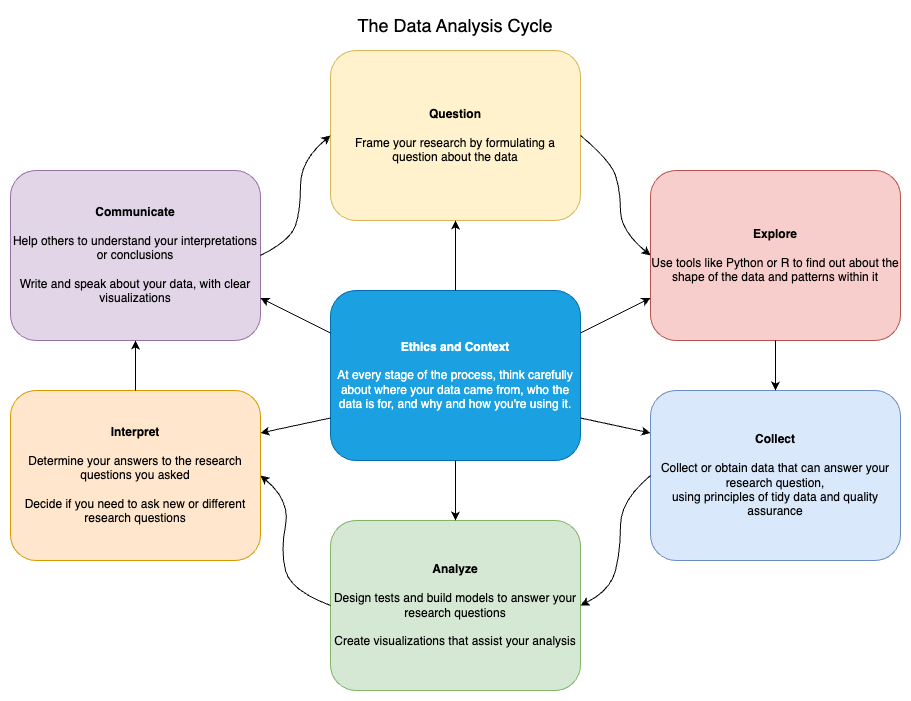
jrladd/CIS241 keeps this draw.io diagram as slides/img/data-analysis-cycle.png. Above is the earlier version. Source tidied: cells renumbered, new cells last; positions are measured from the earlier drawing's top-left corner, leaving out a move shared by most shapes.
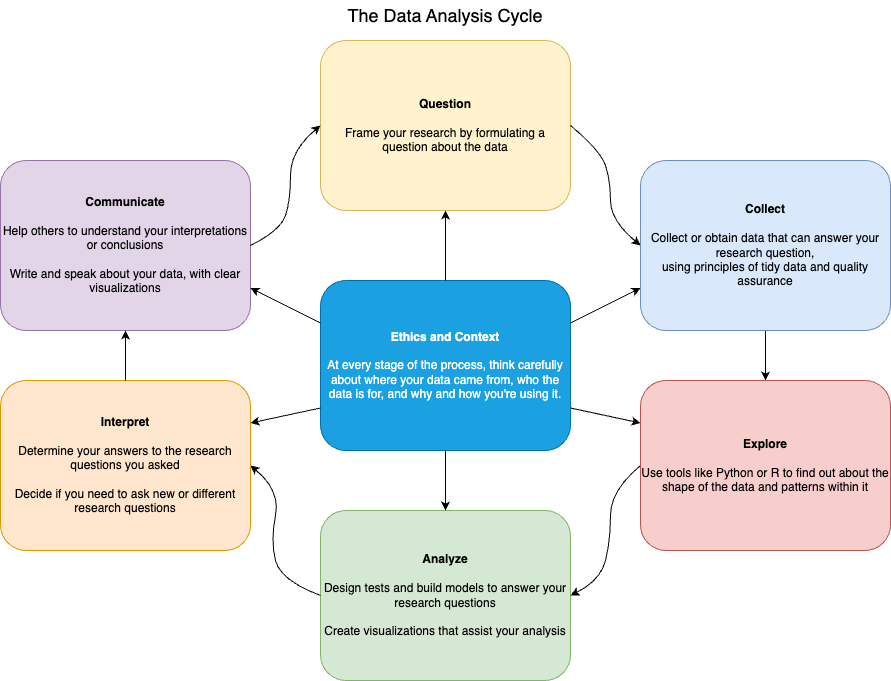
The same file after the commit.

Commit message:
correct DA cycle

The edit, as a diff of the source:
```diff
@@ -5,12 +5,6 @@
     <mxCell id="2" value="&lt;b&gt;Question&lt;br&gt;&lt;br&gt;&lt;/b&gt;Frame your research by formulating a question about the data" style="rounded=1;whiteSpace=wrap;html=1;fillColor=#fff2cc;strokeColor=#d6b656;" parent="1" vertex="1">
       <mxGeometry x="320" y="40" width="250" height="170" as="geometry" />
     </mxCell>
-    <mxCell id="3" value="&lt;b&gt;Collect&lt;br&gt;&lt;br&gt;&lt;/b&gt;Collect or obtain data that can answer your research question, &lt;br&gt;using principles of tidy data and quality assurance" style="rounded=1;whiteSpace=wrap;html=1;fillColor=#dae8fc;strokeColor=#6c8ebf;" parent="1" vertex="1">
-      <mxGeometry x="640" y="380" width="250" height="170" as="geometry" />
-    </mxCell>
-    <mxCell id="4" value="&lt;b&gt;Explore&lt;/b&gt;&lt;div&gt;&lt;b&gt;&lt;br&gt;&lt;/b&gt;&lt;/div&gt;&lt;div&gt;Use tools like Python or R to find out about the shape of the data and patterns within it&lt;/div&gt;" style="rounded=1;whiteSpace=wrap;html=1;fillColor=#f8cecc;strokeColor=#b85450;" parent="1" vertex="1">
-      <mxGeometry x="640" y="160" width="250" height="170" as="geometry" />
-    </mxCell>
     <mxCell id="5" value="&lt;b&gt;Analyze&lt;/b&gt;&lt;div&gt;&lt;b&gt;&lt;br&gt;&lt;/b&gt;&lt;/div&gt;&lt;div&gt;Design tests and build models to answer your research questions&lt;/div&gt;&lt;div&gt;&lt;br&gt;&lt;/div&gt;&lt;div&gt;Create visualizations that assist your analysis&lt;/div&gt;" style="rounded=1;whiteSpace=wrap;html=1;fillColor=#d5e8d4;strokeColor=#82b366;" parent="1" vertex="1">
       <mxGeometry x="320" y="510" width="250" height="170" as="geometry" />
     </mxCell>
@@ -23,7 +17,7 @@
     <mxCell id="8" value="&lt;b&gt;Ethics and Context&lt;/b&gt;&lt;div&gt;&lt;b&gt;&lt;br&gt;&lt;/b&gt;&lt;/div&gt;&lt;div&gt;At every stage of the process, think carefully about where your data came from, who the data is for, and why and how you're using it.&lt;/div&gt;" style="rounded=1;whiteSpace=wrap;html=1;fillColor=#1ba1e2;strokeColor=#006EAF;fontColor=#ffffff;" parent="1" vertex="1">
       <mxGeometry x="320" y="280" width="250" height="170" as="geometry" />
     </mxCell>
-    <mxCell id="9" style="endArrow=classic;html=1;rounded=0;exitX=1;exitY=0.5;exitDx=0;exitDy=0;entryX=0;entryY=0.5;entryDx=0;entryDy=0;curved=1;" parent="1" edge="1" source="2" target="4">
+    <mxCell id="9" style="endArrow=classic;html=1;rounded=0;exitX=1;exitY=0.5;exitDx=0;exitDy=0;entryX=0;entryY=0.5;entryDx=0;entryDy=0;curved=1;" parent="1" edge="1" source="2" target="3">
       <mxGeometry relative="1" as="geometry">
         <Array as="points">
           <mxPoint x="600" y="150" />
@@ -32,10 +26,10 @@
         </Array>
       </mxGeometry>
     </mxCell>
-    <mxCell id="10" style="endArrow=classic;html=1;rounded=0;exitX=0.5;exitY=1;exitDx=0;exitDy=0;entryX=0.5;entryY=0;entryDx=0;entryDy=0;" parent="1" edge="1" source="4" target="3">
+    <mxCell id="10" style="endArrow=classic;html=1;rounded=0;exitX=0.5;exitY=1;exitDx=0;exitDy=0;entryX=0.5;entryY=0;entryDx=0;entryDy=0;" parent="1" edge="1" source="3" target="4">
       <mxGeometry relative="1" as="geometry" />
     </mxCell>
-    <mxCell id="11" style="endArrow=classic;html=1;rounded=0;exitX=0;exitY=0.5;exitDx=0;exitDy=0;entryX=1;entryY=0.5;entryDx=0;entryDy=0;curved=1;" parent="1" edge="1" source="3" target="5">
+    <mxCell id="11" style="endArrow=classic;html=1;rounded=0;exitX=0;exitY=0.5;exitDx=0;exitDy=0;entryX=1;entryY=0.5;entryDx=0;entryDy=0;curved=1;" parent="1" edge="1" source="4" target="5">
       <mxGeometry relative="1" as="geometry">
         <Array as="points">
           <mxPoint x="610" y="490" />
@@ -68,10 +62,10 @@
     <mxCell id="15" style="endArrow=classic;html=1;rounded=0;entryX=0.5;entryY=1;entryDx=0;entryDy=0;exitX=0.5;exitY=0;exitDx=0;exitDy=0;" parent="1" edge="1" source="8" target="2">
       <mxGeometry relative="1" as="geometry" />
     </mxCell>
-    <mxCell id="16" style="endArrow=classic;html=1;rounded=0;exitX=1;exitY=0.25;exitDx=0;exitDy=0;entryX=0;entryY=0.75;entryDx=0;entryDy=0;" parent="1" edge="1" source="8" target="4">
+    <mxCell id="16" style="endArrow=classic;html=1;rounded=0;exitX=1;exitY=0.25;exitDx=0;exitDy=0;entryX=0;entryY=0.75;entryDx=0;entryDy=0;" parent="1" edge="1" source="8" target="3">
       <mxGeometry relative="1" as="geometry" />
     </mxCell>
-    <mxCell id="17" style="endArrow=classic;html=1;rounded=0;exitX=1;exitY=0.75;exitDx=0;exitDy=0;entryX=0;entryY=0.25;entryDx=0;entryDy=0;" parent="1" edge="1" source="8" target="3">
+    <mxCell id="17" style="endArrow=classic;html=1;rounded=0;exitX=1;exitY=0.75;exitDx=0;exitDy=0;entryX=0;entryY=0.25;entryDx=0;entryDy=0;" parent="1" edge="1" source="8" target="4">
       <mxGeometry relative="1" as="geometry" />
     </mxCell>
     <mxCell id="18" style="endArrow=classic;html=1;rounded=0;exitX=0.5;exitY=1;exitDx=0;exitDy=0;entryX=0.5;entryY=0;entryDx=0;entryDy=0;" parent="1" edge="1" source="8" target="5">
@@ -86,5 +80,11 @@
     <mxCell id="21" value="The Data Analysis Cycle" style="text;html=1;align=center;verticalAlign=middle;whiteSpace=wrap;rounded=0;fontSize=18;" parent="1" vertex="1">
       <mxGeometry x="300" width="290" height="30" as="geometry" />
     </mxCell>
+    <mxCell id="3" value="&lt;b&gt;Collect&lt;br&gt;&lt;br&gt;&lt;/b&gt;Collect or obtain data that can answer your research question, &lt;br&gt;using principles of tidy data and quality assurance" style="rounded=1;whiteSpace=wrap;html=1;fillColor=#dae8fc;strokeColor=#6c8ebf;" parent="1" vertex="1">
+      <mxGeometry x="640" y="160" width="250" height="170" as="geometry" />
+    </mxCell>
+    <mxCell id="4" value="&lt;b&gt;Explore&lt;/b&gt;&lt;div&gt;&lt;b&gt;&lt;br&gt;&lt;/b&gt;&lt;/div&gt;&lt;div&gt;Use tools like Python or R to find out about the shape of the data and patterns within it&lt;/div&gt;" style="rounded=1;whiteSpace=wrap;html=1;fillColor=#f8cecc;strokeColor=#b85450;" parent="1" vertex="1">
+      <mxGeometry x="640" y="380" width="250" height="170" as="geometry" />
+    </mxCell>
   </root>
 </mxGraphModel>
```
